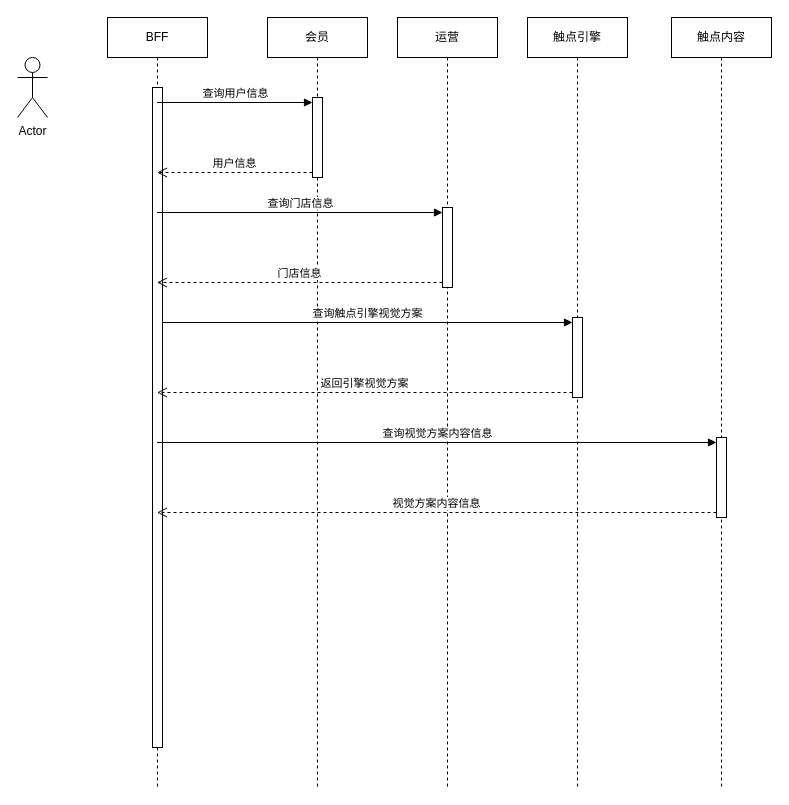
y13513867074/draw keeps this draw.io diagram as 触点系统/触点视觉方案.drawio. Above is the earlier version. Source tidied: cells renumbered, new cells numbered last; positions are measured from the earlier drawing's top-left corner, leaving out a move shared by most shapes. Both pictures are drawn from the tidied source at 100%, with x=0, y=0 at pixel (17, 17).
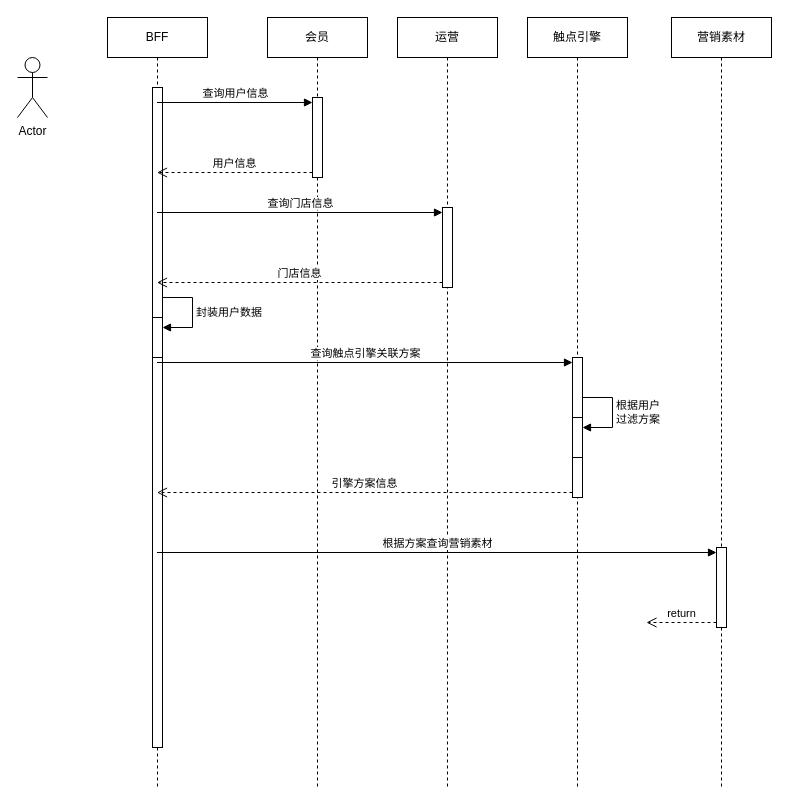
After the change.

Commit message:
更新触点视觉方案.drawio

The change refers to these unchanged cells:
```xml
<mxCell id="2" value="BFF" style="shape=umlLifeline;perimeter=lifelinePerimeter;whiteSpace=wrap;html=1;outlineConnect=0;portConstraint=eastwest;newEdgeStyle={&quot;curved&quot;:0,&quot;rounded&quot;:0};" parent="1" vertex="1">
  <mxGeometry x="90" width="100" height="770" as="geometry" />
</mxCell>
<mxCell id="3" style="html=1;points=[[0,0,0,0,5],[0,1,0,0,-5],[1,0,0,0,5],[1,1,0,0,-5]];perimeter=orthogonalPerimeter;outlineConnect=0;targetShapes=umlLifeline;portConstraint=eastwest;newEdgeStyle={&quot;curved&quot;:0,&quot;rounded&quot;:0};" parent="2" vertex="1">
  <mxGeometry x="45" y="70" width="10" height="660" as="geometry" />
</mxCell>
<mxCell id="6" value="触点引擎" style="shape=umlLifeline;perimeter=lifelinePerimeter;whiteSpace=wrap;html=1;newEdgeStyle={&quot;curved&quot;:0,&quot;rounded&quot;:0};" parent="1" vertex="1">
  <mxGeometry x="510" width="100" height="770" as="geometry" />
</mxCell>
```

The edit, as a diff of the source:
```diff
@@
+    <mxCell id="21" style="html=1;points=[[0,0,0,0,5],[0,1,0,0,-5],[1,0,0,0,5],[1,1,0,0,-5]];perimeter=orthogonalPerimeter;outlineConnect=0;targetShapes=umlLifeline;portConstraint=eastwest;newEdgeStyle={&quot;curved&quot;:0,&quot;rounded&quot;:0};" parent="2" vertex="1">
+      <mxGeometry x="45" y="300" width="10" height="40" as="geometry" />
+    </mxCell>
+    <mxCell id="22" value="封装用户数据" style="html=1;align=left;spacingLeft=2;endArrow=block;rounded=0;edgeStyle=orthogonalEdgeStyle;curved=0;rounded=0;" parent="2" edge="1" target="21">
+      <mxGeometry relative="1" as="geometry">
+        <mxPoint x="55" y="280" as="sourcePoint" />
+        <Array as="points">
+          <mxPoint x="85" y="310" />
+        </Array>
+      </mxGeometry>
+    </mxCell>
-    <mxCell id="4" value="触点内容" style="shape=umlLifeline;perimeter=lifelinePerimeter;whiteSpace=wrap;html=1;newEdgeStyle={&quot;curved&quot;:0,&quot;rounded&quot;:0};" parent="1" vertex="1">
+    <mxCell id="4" value="营销素材" style="shape=umlLifeline;perimeter=lifelinePerimeter;whiteSpace=wrap;html=1;newEdgeStyle={&quot;curved&quot;:0,&quot;rounded&quot;:0};" parent="1" vertex="1">
       <mxGeometry x="654" width="100" height="770" as="geometry" />
     </mxCell>
-    <mxCell id="5" style="html=1;points=[[0,0,0,0,5],[0,1,0,0,-5],[1,0,0,0,5],[1,1,0,0,-5]];perimeter=orthogonalPerimeter;outlineConnect=0;targetShapes=umlLifeline;portConstraint=eastwest;newEdgeStyle={&quot;curved&quot;:0,&quot;rounded&quot;:0};" parent="4" vertex="1">
-      <mxGeometry x="45" y="420" width="10" height="80" as="geometry" />
-    </mxCell>
+    <mxCell id="23" style="html=1;points=[[0,0,0,0,5],[0,1,0,0,-5],[1,0,0,0,5],[1,1,0,0,-5]];perimeter=orthogonalPerimeter;outlineConnect=0;targetShapes=umlLifeline;portConstraint=eastwest;newEdgeStyle={&quot;curved&quot;:0,&quot;rounded&quot;:0};" parent="4" vertex="1">
+      <mxGeometry x="45" y="530" width="10" height="80" as="geometry" />
+    </mxCell>
+    <mxCell id="24" value="return" style="html=1;verticalAlign=bottom;endArrow=open;dashed=1;endSize=8;curved=0;rounded=0;exitX=0;exitY=1;exitDx=0;exitDy=-5;" parent="4" edge="1" source="23">
+      <mxGeometry relative="1" as="geometry">
+        <mxPoint x="-25" y="605" as="targetPoint" />
+      </mxGeometry>
+    </mxCell>
@@
-    <mxCell id="7" style="html=1;points=[[0,0,0,0,5],[0,1,0,0,-5],[1,0,0,0,5],[1,1,0,0,-5]];perimeter=orthogonalPerimeter;outlineConnect=0;targetShapes=umlLifeline;portConstraint=eastwest;newEdgeStyle={&quot;curved&quot;:0,&quot;rounded&quot;:0};" parent="6" vertex="1">
-      <mxGeometry x="45" y="300" width="10" height="80" as="geometry" />
-    </mxCell>
+    <mxCell id="25" style="html=1;points=[[0,0,0,0,5],[0,1,0,0,-5],[1,0,0,0,5],[1,1,0,0,-5]];perimeter=orthogonalPerimeter;outlineConnect=0;targetShapes=umlLifeline;portConstraint=eastwest;newEdgeStyle={&quot;curved&quot;:0,&quot;rounded&quot;:0};" parent="6" vertex="1">
+      <mxGeometry x="45" y="340" width="10" height="140" as="geometry" />
+    </mxCell>
+    <mxCell id="26" style="html=1;points=[[0,0,0,0,5],[0,1,0,0,-5],[1,0,0,0,5],[1,1,0,0,-5]];perimeter=orthogonalPerimeter;outlineConnect=0;targetShapes=umlLifeline;portConstraint=eastwest;newEdgeStyle={&quot;curved&quot;:0,&quot;rounded&quot;:0};" parent="6" vertex="1">
+      <mxGeometry x="45" y="400" width="10" height="40" as="geometry" />
+    </mxCell>
+    <mxCell id="27" value="根据用户&lt;br&gt;过滤方案" style="html=1;align=left;spacingLeft=2;endArrow=block;rounded=0;edgeStyle=orthogonalEdgeStyle;curved=0;rounded=0;" parent="6" edge="1" target="26">
+      <mxGeometry relative="1" as="geometry">
+        <mxPoint x="55" y="380" as="sourcePoint" />
+        <Array as="points">
+          <mxPoint x="85" y="410" />
+        </Array>
+      </mxGeometry>
+    </mxCell>
@@
-    <mxCell id="17" value="查询触点引擎视觉方案" style="html=1;verticalAlign=bottom;endArrow=block;curved=0;rounded=0;entryX=0;entryY=0;entryDx=0;entryDy=5;" parent="1" edge="1" source="3" target="7">
-      <mxGeometry relative="1" as="geometry" />
-    </mxCell>
-    <mxCell id="18" value="返回引擎视觉方案" style="html=1;verticalAlign=bottom;endArrow=open;dashed=1;endSize=8;curved=0;rounded=0;exitX=0;exitY=1;exitDx=0;exitDy=-5;" parent="1" edge="1" source="7" target="2">
-      <mxGeometry relative="1" as="geometry" />
-    </mxCell>
-    <mxCell id="19" value="查询视觉方案内容信息" style="html=1;verticalAlign=bottom;endArrow=block;curved=0;rounded=0;entryX=0;entryY=0;entryDx=0;entryDy=5;" parent="1" edge="1" source="2" target="5">
-      <mxGeometry relative="1" as="geometry" />
-    </mxCell>
-    <mxCell id="20" value="视觉方案内容信息" style="html=1;verticalAlign=bottom;endArrow=open;dashed=1;endSize=8;curved=0;rounded=0;exitX=0;exitY=1;exitDx=0;exitDy=-5;" parent="1" edge="1" source="5" target="2">
-      <mxGeometry relative="1" as="geometry" />
-    </mxCell>
+    <mxCell id="28" value="查询触点引擎关联方案" style="html=1;verticalAlign=bottom;endArrow=block;curved=0;rounded=0;entryX=0;entryY=0;entryDx=0;entryDy=5;" parent="1" edge="1" source="2" target="25">
+      <mxGeometry relative="1" as="geometry" />
+    </mxCell>
+    <mxCell id="29" value="引擎方案信息" style="html=1;verticalAlign=bottom;endArrow=open;dashed=1;endSize=8;curved=0;rounded=0;exitX=0;exitY=1;exitDx=0;exitDy=-5;" parent="1" edge="1" source="25" target="2">
+      <mxGeometry relative="1" as="geometry" />
+    </mxCell>
+    <mxCell id="30" value="根据方案查询营销素材" style="html=1;verticalAlign=bottom;endArrow=block;curved=0;rounded=0;entryX=0;entryY=0;entryDx=0;entryDy=5;" parent="1" edge="1" source="2" target="23">
+      <mxGeometry relative="1" as="geometry" />
+    </mxCell>
```
